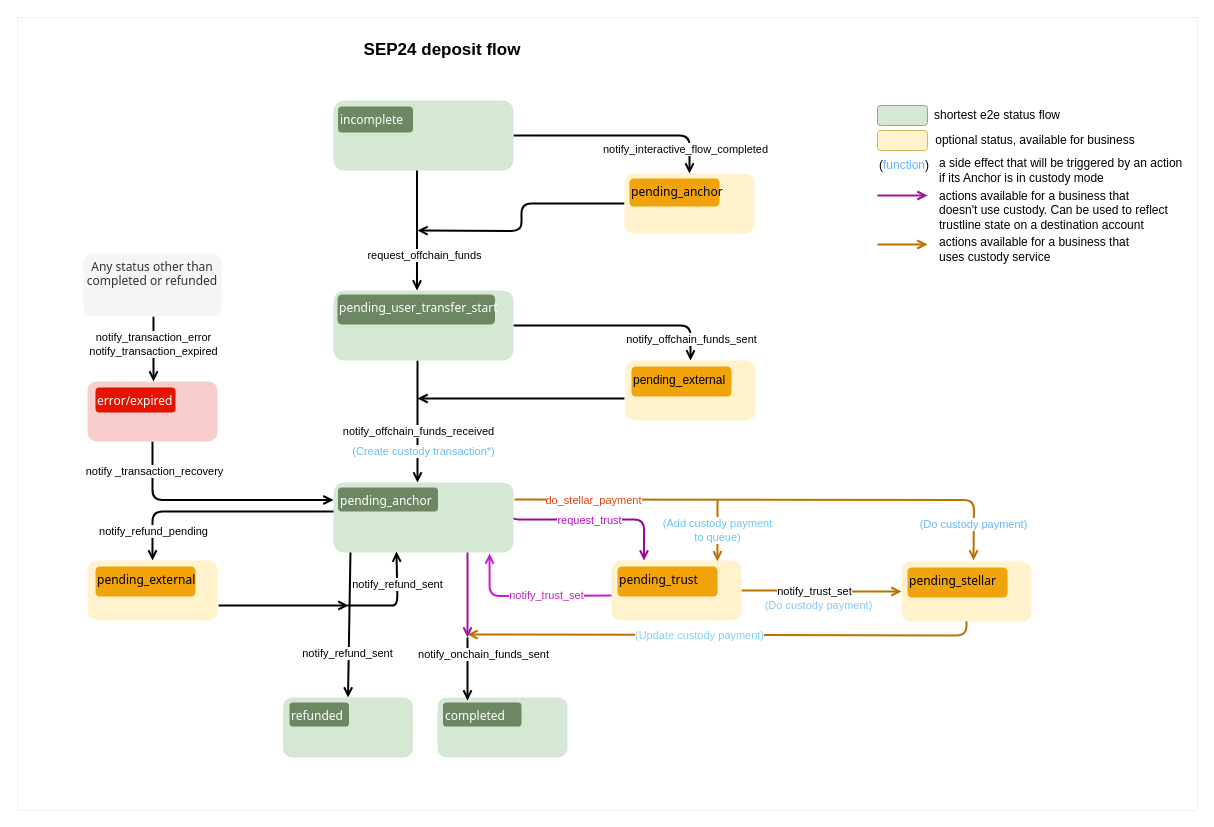
Before: page "Sep24 - deposit v.0.4" (1 of 5) of static/definitions/sep6_24_31_status_transition_diagrams.drawio in stellar/stellar-docs, a draw.io diagram. Source tidied: cells renumbered, new cells numbered last; positions are measured from the earlier drawing's top-left corner, leaving out a move shared by most shapes. Both pictures are drawn from the tidied source at 100%, with x=0, y=0 at pixel (17, 17).
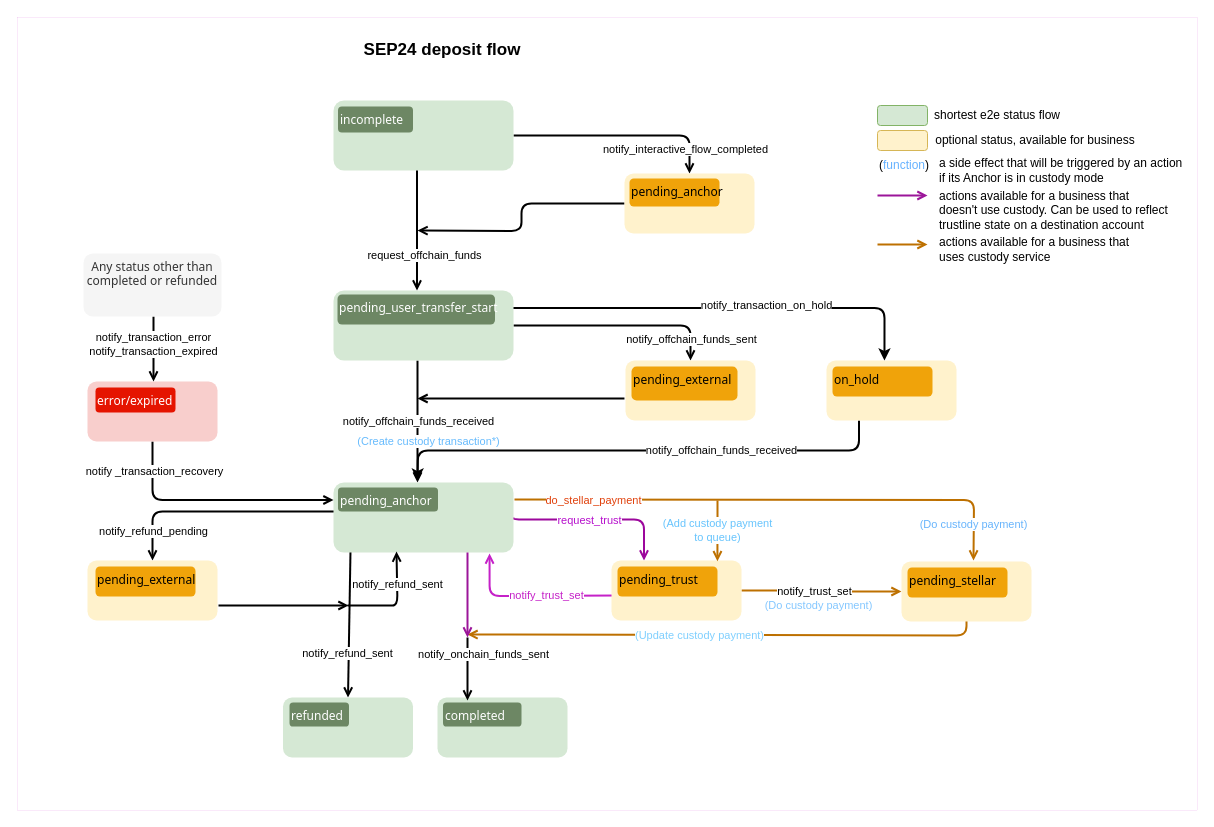
Above is the later version.

Unchanged cells that the change refers to:
```xml
<mxCell id="17" style="edgeStyle=orthogonalEdgeStyle;rounded=0;orthogonalLoop=1;jettySize=auto;html=1;exitX=0.5;exitY=1;exitDx=0;exitDy=0;entryX=0.5;entryY=0;entryDx=0;entryDy=0;strokeWidth=2;endArrow=open;endFill=0;" parent="1" edge="1">
  <mxGeometry relative="1" as="geometry">
    <mxPoint x="400" y="343" as="sourcePoint" />
    <mxPoint x="400" y="465" as="targetPoint" />
  </mxGeometry>
</mxCell>
<mxCell id="20" style="edgeStyle=orthogonalEdgeStyle;rounded=1;jettySize=auto;html=1;exitX=1;exitY=0.5;exitDx=0;exitDy=0;entryX=0.5;entryY=0;entryDx=0;entryDy=0;strokeWidth=2;endArrow=open;endFill=0;" parent="1" edge="1" source="22" target="38">
  <mxGeometry relative="1" as="geometry" />
</mxCell>
<mxCell id="22" style="rounded=1;whiteSpace=wrap;html=1;fillColor=#d5e8d4;strokeColor=none;" parent="1" vertex="1">
  <mxGeometry x="316" y="273" width="180" height="70" as="geometry" />
</mxCell>
```

The edit, as a diff of the source:
```diff
@@
     <mxCell id="18" value="notify_offchain_funds_received" style="edgeLabel;html=1;align=center;verticalAlign=middle;" parent="17" vertex="1">
       <mxGeometry x="-0.02" y="-3" relative="1" as="geometry">
-        <mxPoint x="3" y="10" as="offset" />
+        <mxPoint x="3" as="offset" />
       </mxGeometry>
     </mxCell>
     <mxCell id="19" value="(Create custody transaction*)" style="edgeLabel;html=1;align=center;verticalAlign=middle;fontColor=#67bbfd;" parent="17" vertex="1">
       <mxGeometry x="0.46" y="1" relative="1" as="geometry">
-        <mxPoint x="4" y="1" as="offset" />
+        <mxPoint x="9" y="-9" as="offset" />
       </mxGeometry>
     </mxCell>
@@
-    <mxCell id="21" value="notify_offchain_funds_sent" style="edgeLabel;html=1;align=center;verticalAlign=middle;" parent="20" vertex="1">
+    <mxCell id="21" value="&lt;font style=&quot;font-size: 11px;&quot;&gt;notify_offchain_funds_sent&lt;/font&gt;" style="edgeLabel;html=1;align=center;verticalAlign=middle;" parent="20" vertex="1">
       <mxGeometry x="0.79" relative="1" as="geometry" />
     </mxCell>
@@
-    <mxCell id="48" value="pending_external" style="rounded=1;whiteSpace=wrap;html=1;align=left;verticalAlign=top;strokeColor=none;fillColor=#f0a30a;fontColor=#000000;" parent="1" vertex="1">
-      <mxGeometry x="614" y="349" width="100" height="30" as="geometry" />
+    <mxCell id="48" value="&lt;font face=&quot;Tahoma&quot;&gt;pending_external&lt;/font&gt;" style="rounded=1;whiteSpace=wrap;html=1;align=left;verticalAlign=top;strokeColor=none;fillColor=#f0a30a;fontColor=#000000;" parent="1" vertex="1">
+      <mxGeometry x="614" y="349" width="106" height="34" as="geometry" />
     </mxCell>
@@
+    <mxCell id="77" style="edgeStyle=orthogonalEdgeStyle;rounded=1;jettySize=auto;html=1;exitX=0.25;exitY=1;exitDx=0;exitDy=0;curved=0;strokeWidth=2;" parent="1" edge="1" source="79">
+      <mxGeometry relative="1" as="geometry">
+        <mxPoint x="400" y="463" as="targetPoint" />
+      </mxGeometry>
+    </mxCell>
+    <mxCell id="78" value="notify_offchain_funds_received" style="edgeLabel;html=1;align=center;verticalAlign=middle;" parent="77" vertex="1">
+      <mxGeometry x="-0.33" y="-1" relative="1" as="geometry" />
+    </mxCell>
+    <mxCell id="79" style="rounded=1;whiteSpace=wrap;html=1;fillColor=#fff2cc;strokeColor=none;" parent="1" vertex="1">
+      <mxGeometry x="809" y="343" width="130" height="60" as="geometry" />
+    </mxCell>
+    <mxCell id="80" value="&lt;font face=&quot;Tahoma&quot;&gt;on_hold&lt;/font&gt;" style="rounded=1;whiteSpace=wrap;html=1;align=left;verticalAlign=top;strokeColor=none;fillColor=#f0a30a;fontColor=#000000;" parent="1" vertex="1">
+      <mxGeometry x="815" y="349" width="100" height="30" as="geometry" />
+    </mxCell>
+    <mxCell id="81" style="edgeStyle=orthogonalEdgeStyle;rounded=1;jettySize=auto;html=1;exitX=1;exitY=0.25;exitDx=0;exitDy=0;entryX=0.446;entryY=0;entryDx=0;entryDy=0;entryPerimeter=0;curved=0;strokeWidth=2;" parent="1" edge="1" source="22" target="79">
+      <mxGeometry relative="1" as="geometry" />
+    </mxCell>
+    <mxCell id="82" value="&lt;font style=&quot;font-size: 11px;&quot;&gt;notify_transaction_on_hold&lt;/font&gt;" style="edgeLabel;html=1;align=center;verticalAlign=middle;" parent="81" vertex="1">
+      <mxGeometry x="0.19" y="4" relative="1" as="geometry">
+        <mxPoint y="1" as="offset" />
+      </mxGeometry>
+    </mxCell>
```
